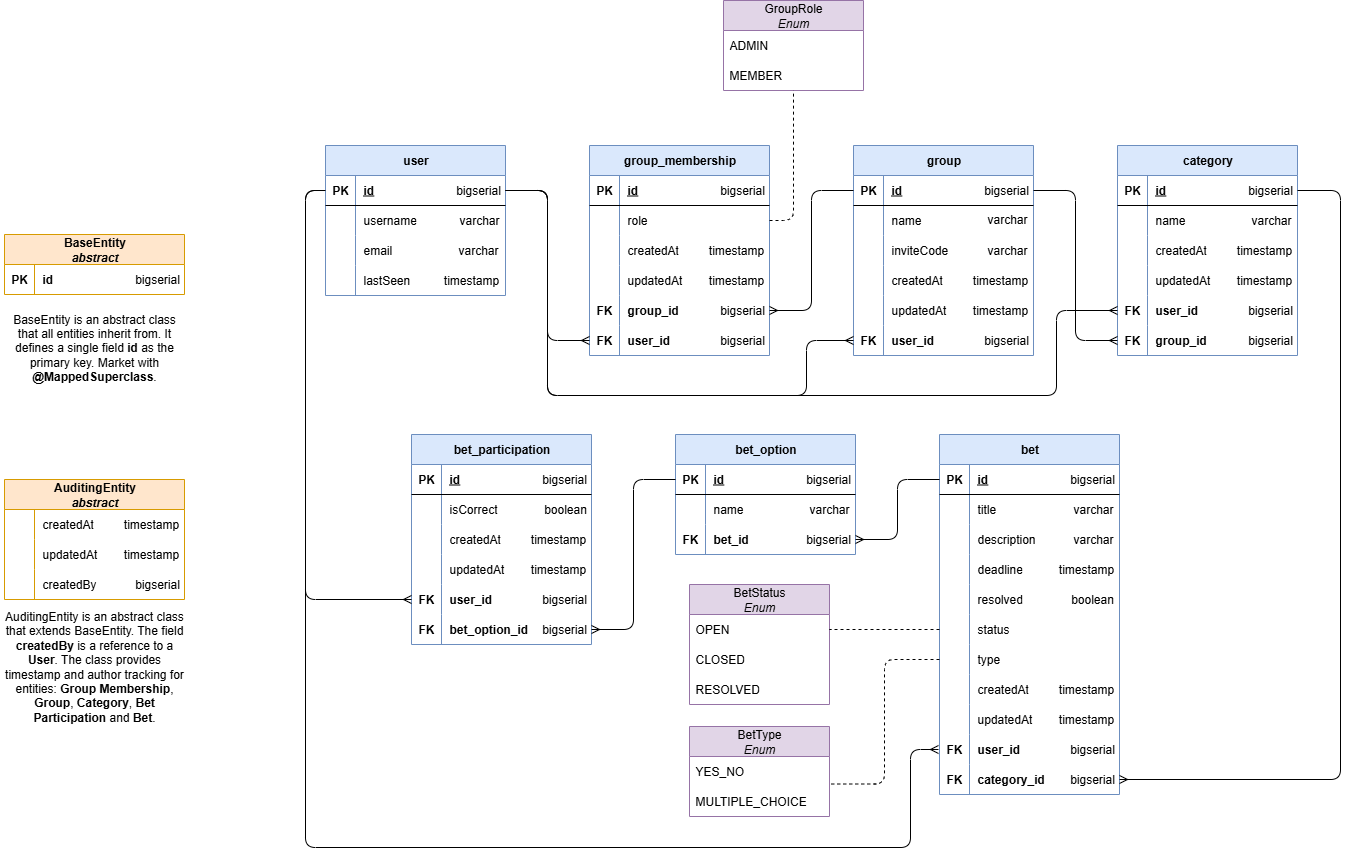
This is docs/er-diagram.png from chromeckap/betting-app, a draw.io export, as it was before one commit. Source tidied: cells renumbered, new cells last; positions are measured from the earlier drawing's top-left corner, leaving out a move shared by most shapes.
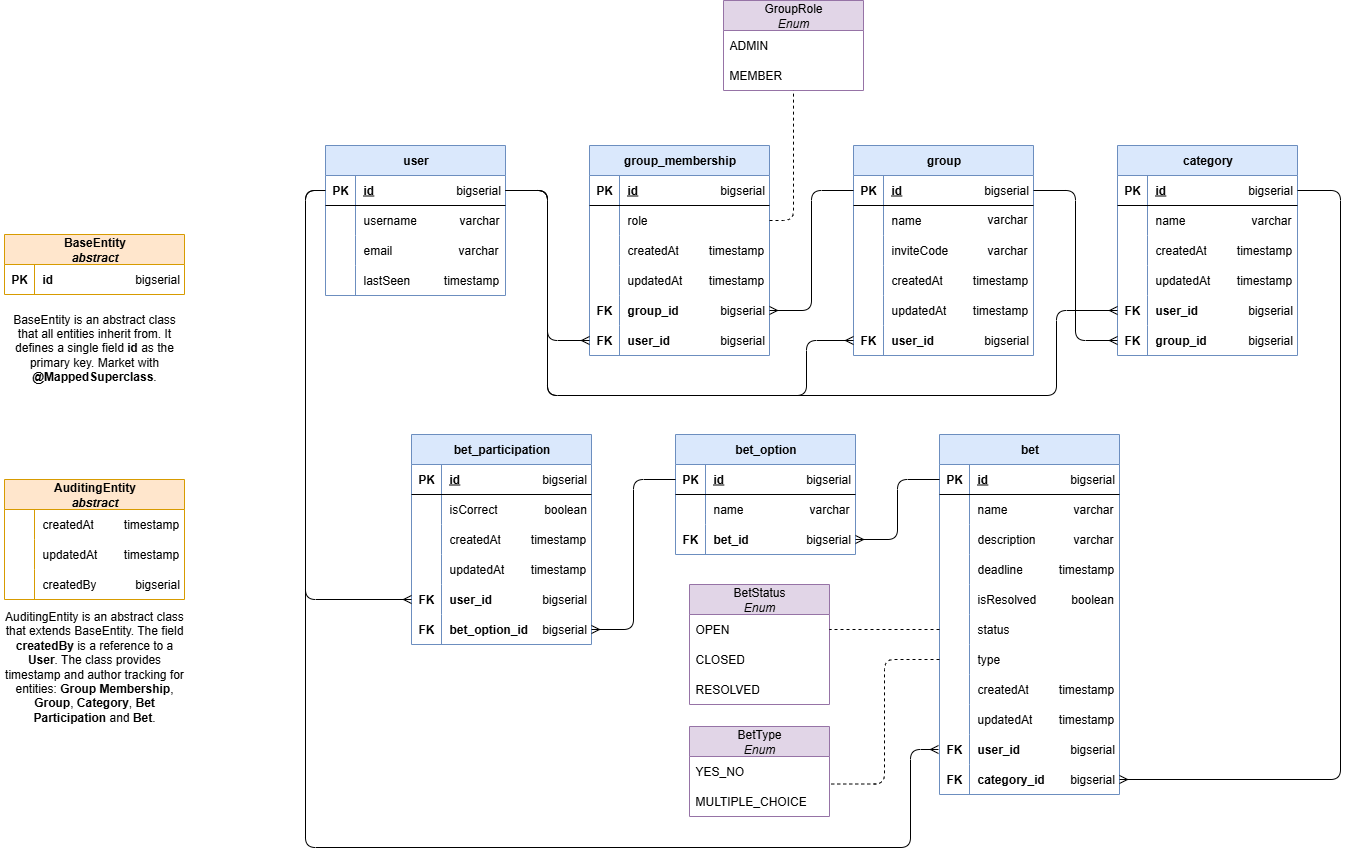
After the commit.

Commit message:
updated attributes in er diagram

The edit, as a diff of the source:
```diff
@@ -173,7 +173,7 @@
     <mxCell id="58" style="shape=partialRectangle;fillColor=none;top=0;left=0;bottom=0;right=0;overflow=hidden;whiteSpace=wrap;html=1;" parent="57" vertex="1">
       <mxGeometry width="30" height="30" as="geometry" />
     </mxCell>
-    <mxCell id="59" value="title" style="shape=partialRectangle;fillColor=none;top=0;left=0;bottom=0;right=0;align=left;spacingLeft=6;overflow=hidden;whiteSpace=wrap;html=1;" parent="57" vertex="1">
+    <mxCell id="59" value="name" style="shape=partialRectangle;fillColor=none;top=0;left=0;bottom=0;right=0;align=left;spacingLeft=6;overflow=hidden;whiteSpace=wrap;html=1;" parent="57" vertex="1">
       <mxGeometry x="30" width="150" height="30" as="geometry" />
     </mxCell>
     <mxCell id="60" style="shape=tableRow;horizontal=0;startSize=0;swimlaneHead=0;swimlaneBody=0;fillColor=none;top=0;left=0;right=0;bottom=0;" parent="53" vertex="1">
@@ -200,7 +200,7 @@
     <mxCell id="67" style="shape=partialRectangle;fillColor=none;top=0;left=0;bottom=0;right=0;overflow=hidden;whiteSpace=wrap;html=1;" parent="66" vertex="1">
       <mxGeometry width="30" height="30" as="geometry" />
     </mxCell>
-    <mxCell id="68" value="resolved" style="shape=partialRectangle;fillColor=none;top=0;left=0;bottom=0;right=0;align=left;spacingLeft=6;overflow=hidden;whiteSpace=wrap;html=1;" parent="66" vertex="1">
+    <mxCell id="68" value="isResolved" style="shape=partialRectangle;fillColor=none;top=0;left=0;bottom=0;right=0;align=left;spacingLeft=6;overflow=hidden;whiteSpace=wrap;html=1;" parent="66" vertex="1">
       <mxGeometry x="30" width="150" height="30" as="geometry" />
     </mxCell>
     <mxCell id="69" style="shape=tableRow;horizontal=0;startSize=0;swimlaneHead=0;swimlaneBody=0;fillColor=none;points=[[0,0.5],[1,0.5]];portConstraint=eastwest;top=0;left=0;right=0;bottom=0;" parent="53" vertex="1">
```
